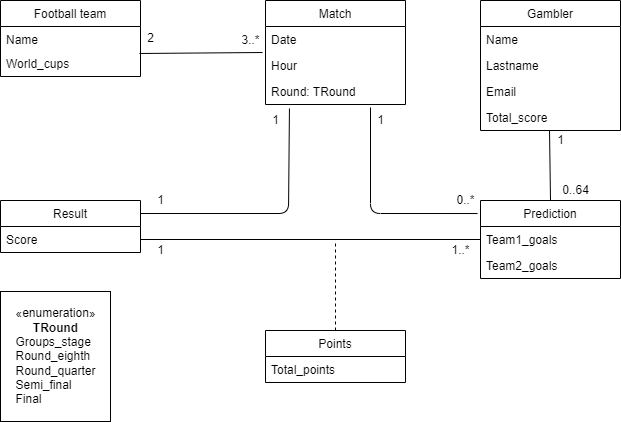
AFungo/Prode-AYDS2022-BAF keeps this draw.io diagram as Diagrama_de_clases.png. Above is the earlier version. Source tidied: cells renumbered, new cells last; positions are measured from the earlier drawing's top-left corner, leaving out a move shared by most shapes.
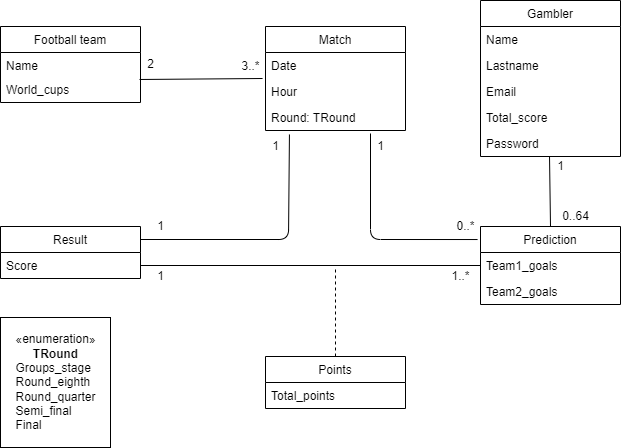
After the commit.

Commit message:
nuevo atributo de Gambler: password

Change to the diagram source:
```diff
@@ -24,7 +24,7 @@
       <mxGeometry y="78" width="140" height="26" as="geometry" />
     </mxCell>
     <mxCell id="9" value="Gambler" style="swimlane;fontStyle=0;horizontal=1;startSize=26;fillColor=none;" parent="1" vertex="1">
-      <mxGeometry x="480" width="140" height="130" as="geometry" />
+      <mxGeometry x="480" y="-26" width="140" height="156" as="geometry" />
     </mxCell>
     <mxCell id="10" value="Name" style="text;strokeColor=none;fillColor=none;align=left;verticalAlign=top;spacingLeft=4;spacingRight=4;overflow=hidden;" parent="9" vertex="1">
       <mxGeometry y="26" width="140" height="26" as="geometry" />
@@ -35,8 +35,11 @@
     <mxCell id="12" value="Email&#10;&#10;" style="text;strokeColor=none;fillColor=none;align=left;verticalAlign=top;spacingLeft=4;spacingRight=4;overflow=hidden;" parent="9" vertex="1">
       <mxGeometry y="78" width="140" height="26" as="geometry" />
     </mxCell>
+    <mxCell id="38" value="Total_score" style="text;strokeColor=none;fillColor=none;align=left;verticalAlign=top;spacingLeft=4;spacingRight=4;overflow=hidden;" parent="9" vertex="1">
+      <mxGeometry y="104" width="140" height="26" as="geometry" />
+    </mxCell>
-    <mxCell id="13" value="Total_score" style="text;strokeColor=none;fillColor=none;align=left;verticalAlign=top;spacingLeft=4;spacingRight=4;overflow=hidden;points=[[0,0.5],[1,0.5]];portConstraint=eastwest;" parent="9" vertex="1">
-      <mxGeometry y="104" width="140" height="26" as="geometry" />
+    <mxCell id="13" value="Password" style="text;strokeColor=none;fillColor=none;align=left;verticalAlign=top;spacingLeft=4;spacingRight=4;overflow=hidden;points=[[0,0.5],[1,0.5]];portConstraint=eastwest;" parent="9" vertex="1">
+      <mxGeometry y="130" width="140" height="26" as="geometry" />
     </mxCell>
     <mxCell id="14" value="Result" style="swimlane;fontStyle=0;horizontal=1;startSize=26;fillColor=none;" parent="1" vertex="1">
       <mxGeometry y="200" width="140" height="52" as="geometry" />
```
